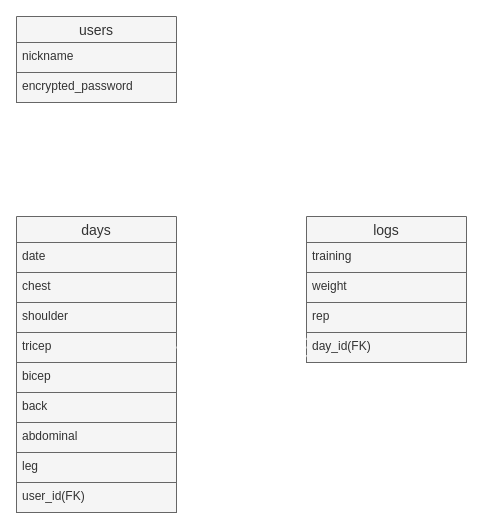
Before: er.dio in tarotakano9/torelog, a draw.io diagram. Source tidied: cells renumbered, new cells numbered last; positions are measured from the earlier drawing's top-left corner, leaving out a move shared by most shapes. Both pictures are drawn from the tidied source at 100%, with x=0, y=0 at pixel (16, 16).
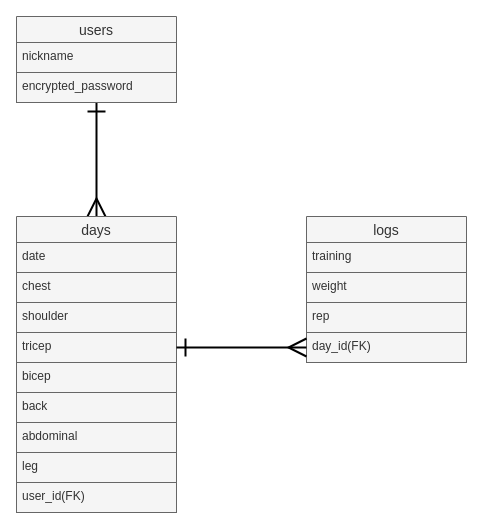
After the change.

Unchanged cells that the change refers to:
```xml
<mxCell id="3" value="users" style="swimlane;fontStyle=0;horizontal=1;startSize=26;align=center;fontSize=14;fillColor=#f5f5f5;strokeColor=#666666;fontColor=#333333;" parent="1" vertex="1">
  <mxGeometry width="160" height="86" as="geometry" />
</mxCell>
<mxCell id="6" value="days" style="swimlane;fontStyle=0;horizontal=1;startSize=26;align=center;fontSize=14;fillColor=#f5f5f5;strokeColor=#666666;fontColor=#333333;" parent="1" vertex="1">
  <mxGeometry y="200" width="160" height="296" as="geometry" />
</mxCell>
<mxCell id="10" value="tricep" style="text;strokeColor=#666666;fillColor=#f5f5f5;spacingLeft=4;spacingRight=4;overflow=hidden;points=[[0,0.5],[1,0.5]];portConstraint=eastwest;fontSize=12;fontColor=#333333;" parent="6" vertex="1">
  <mxGeometry y="116" width="160" height="30" as="geometry" />
</mxCell>
<mxCell id="20" value="day_id(FK)" style="text;strokeColor=#666666;fillColor=#f5f5f5;spacingLeft=4;spacingRight=4;overflow=hidden;points=[[0,0.5],[1,0.5]];portConstraint=eastwest;fontSize=12;fontColor=#333333;" parent="16" vertex="1">
  <mxGeometry y="116" width="160" height="30" as="geometry" />
</mxCell>
```

The edit, as a diff of the source:
```diff
@@
-    <mxCell id="2" style="edgeStyle=orthogonalEdgeStyle;rounded=0;jettySize=auto;html=1;entryX=0.5;entryY=0;entryDx=0;entryDy=0;startArrow=ERone;startFill=0;endSize=15;startSize=15;endArrow=ERmany;endFill=0;fillColor=#f5f5f5;strokeWidth=2;strokeColor=#FFFFFF;" parent="1" edge="1" source="3" target="6">
+    <mxCell id="2" style="edgeStyle=orthogonalEdgeStyle;rounded=0;jettySize=auto;html=1;entryX=0.5;entryY=0;entryDx=0;entryDy=0;startArrow=ERone;startFill=0;endSize=15;startSize=15;endArrow=ERmany;endFill=0;fillColor=#f5f5f5;strokeWidth=2;strokeColor=#000000;" parent="1" edge="1" source="3" target="6">
       <mxGeometry relative="1" as="geometry" />
     </mxCell>
@@
-    <mxCell id="21" style="edgeStyle=orthogonalEdgeStyle;rounded=0;jettySize=auto;html=1;exitX=1;exitY=0.5;exitDx=0;exitDy=0;startArrow=ERone;startFill=0;startSize=15;endArrow=ERmany;endFill=0;endSize=15;fillColor=#f5f5f5;strokeWidth=2;strokeColor=#FFFFFF;" parent="1" edge="1" source="10" target="20">
+    <mxCell id="21" style="edgeStyle=orthogonalEdgeStyle;rounded=0;jettySize=auto;html=1;exitX=1;exitY=0.5;exitDx=0;exitDy=0;startArrow=ERone;startFill=0;startSize=15;endArrow=ERmany;endFill=0;endSize=15;fillColor=#f5f5f5;strokeWidth=2;strokeColor=#000000;" parent="1" edge="1" source="10" target="20">
       <mxGeometry relative="1" as="geometry" />
     </mxCell>
```
